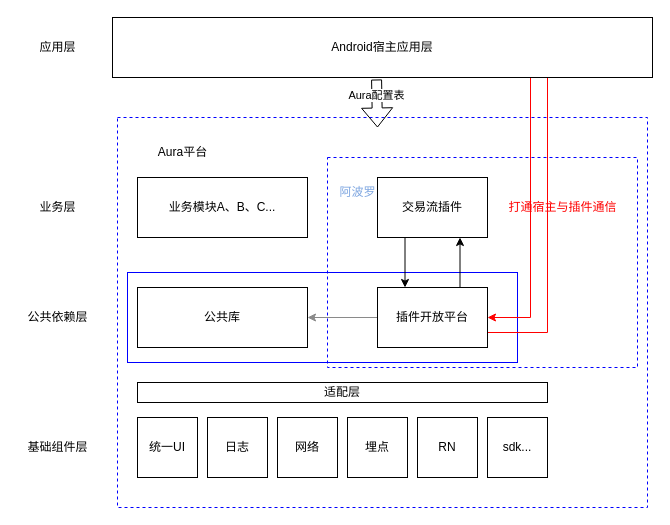
The draw.io diagram 未命名绘图.drawio in BigKarel/BigKarel.github.io, before the edit. Source tidied: cells renumbered, new cells numbered last; positions are measured from the earlier drawing's top-left corner, leaving out a move shared by most shapes. Both pictures are drawn from the tidied source at 100%, with x=0, y=0 at pixel (17, 17).
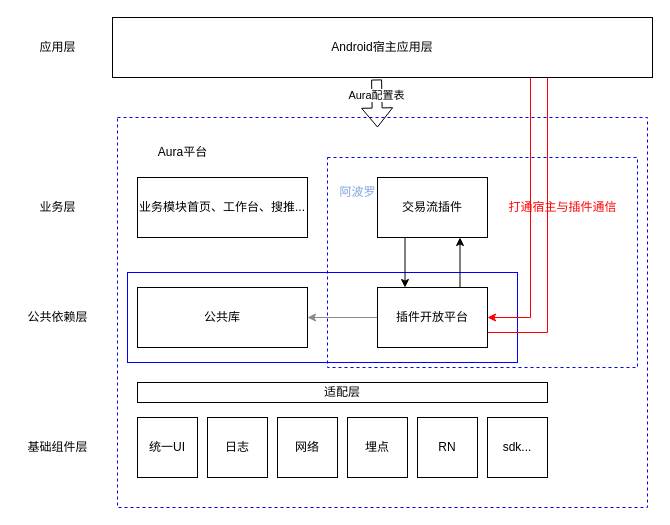
The same page after the edit.

Commit message (it also covers changes not shown here):
更新未命名绘图.drawio

What changed in the source:
```diff
@@
-    <mxCell id="7" value="业务模块A、B、C..." style="rounded=0;whiteSpace=wrap;html=1;" parent="1" vertex="1">
+    <mxCell id="7" value="业务模块首页、工作台、搜推..." style="rounded=0;whiteSpace=wrap;html=1;" parent="1" vertex="1">
       <mxGeometry x="120" y="160" width="170" height="60" as="geometry" />
     </mxCell>
```
